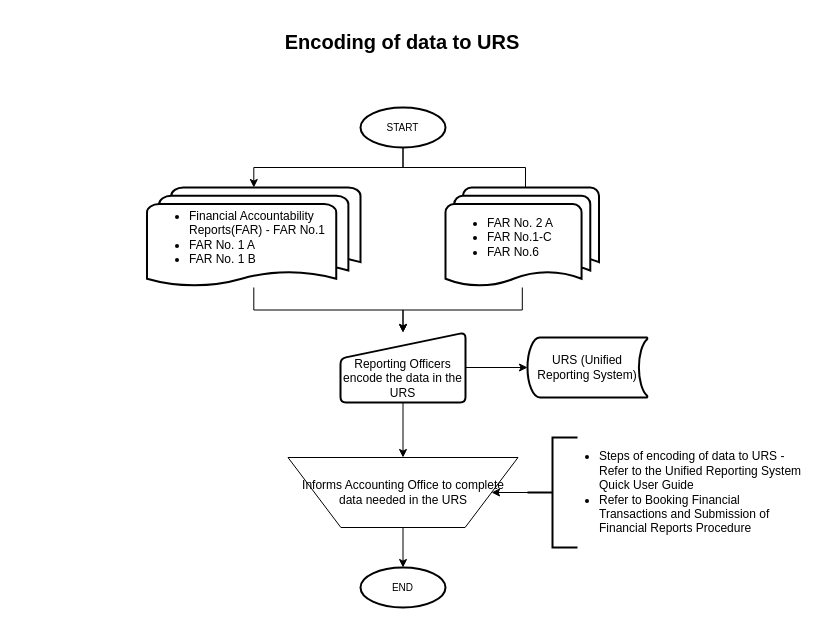
Above: page "Encoding of data to URS" (3 of 5) of Preparations of Financial Accountability.drawio in johnpaul4474/FMO-budget (draw.io), before the change. Source tidied: cells renumbered, new cells numbered last; positions are measured from the earlier drawing's top-left corner, leaving out a move shared by most shapes. Both pictures are drawn from the tidied source at 100%, with x=0, y=0 at pixel (17, 27).
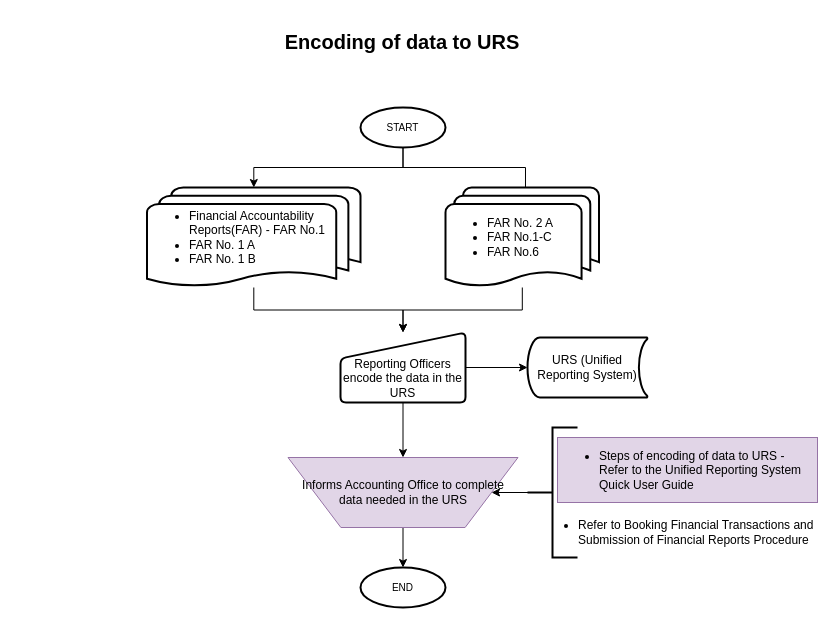
The same page after the edit.

Change to the diagram source:
```diff
@@
-    <mxCell id="15" value="Informs Accounting Office to complete data needed in the URS" style="verticalLabelPosition=middle;verticalAlign=middle;html=1;shape=trapezoid;perimeter=trapezoidPerimeter;whiteSpace=wrap;size=0.23;arcSize=10;flipV=1;labelPosition=center;align=center;" parent="1" vertex="1">
+    <mxCell id="15" value="Informs Accounting Office to complete data needed in the URS" style="verticalLabelPosition=middle;verticalAlign=middle;html=1;shape=trapezoid;perimeter=trapezoidPerimeter;whiteSpace=wrap;size=0.23;arcSize=10;flipV=1;labelPosition=center;align=center;fillColor=#e1d5e7;strokeColor=#9673a6;" parent="1" vertex="1">
       <mxGeometry x="270.5" y="430" width="230" height="70" as="geometry" />
     </mxCell>
@@
     <mxCell id="18" style="strokeWidth=2;html=1;shape=mxgraph.flowchart.annotation_2;align=left;labelPosition=right;" parent="1" vertex="1">
-      <mxGeometry x="510" y="410" width="50" height="110" as="geometry" />
+      <mxGeometry x="510" y="400" width="50" height="130" as="geometry" />
     </mxCell>
-    <mxCell id="19" value="&lt;ul&gt;&lt;li&gt;Steps of encoding of data to URS - Refer to the Unified Reporting System Quick User Guide&lt;/li&gt;&lt;li&gt;Refer to Booking Financial Transactions and Submission of Financial Reports Procedure&lt;/li&gt;&lt;/ul&gt;" style="text;html=1;strokeColor=none;fillColor=none;align=left;verticalAlign=middle;whiteSpace=wrap;rounded=0;" parent="1" vertex="1">
-      <mxGeometry x="540" y="415" width="250" height="100" as="geometry" />
+    <mxCell id="19" value="&lt;ul&gt;&lt;li&gt;Steps of encoding of data to URS - Refer to the Unified Reporting System Quick User Guide&lt;/li&gt;&lt;/ul&gt;" style="text;html=1;strokeColor=#9673a6;fillColor=#e1d5e7;align=left;verticalAlign=middle;whiteSpace=wrap;rounded=0;" parent="1" vertex="1">
+      <mxGeometry x="540" y="410" width="260" height="65" as="geometry" />
     </mxCell>
+    <mxCell id="20" value="&lt;ul style=&quot;text-align: left;&quot;&gt;&lt;li&gt;Refer to Booking Financial Transactions and Submission of Financial Reports Procedure&lt;/li&gt;&lt;/ul&gt;" style="text;html=1;strokeColor=none;fillColor=none;align=center;verticalAlign=middle;whiteSpace=wrap;rounded=0;" parent="1" vertex="1">
+      <mxGeometry x="520" y="470" width="280" height="70" as="geometry" />
+    </mxCell>
```
